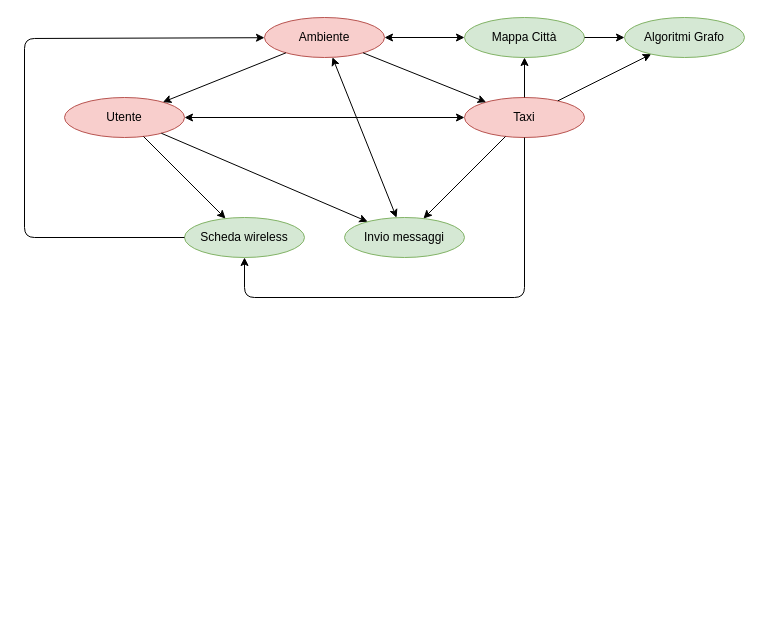
kraots94/Sistemi keeps this draw.io diagram as relazione/schema_moduli_livello_0.drawio. Above is the earlier version. Source tidied: cells renumbered, new cells numbered last; positions are measured from the earlier drawing's top-left corner, leaving out a move shared by most shapes. Both pictures are drawn from the tidied source at 100%, with x=0, y=0 at pixel (24, 17).
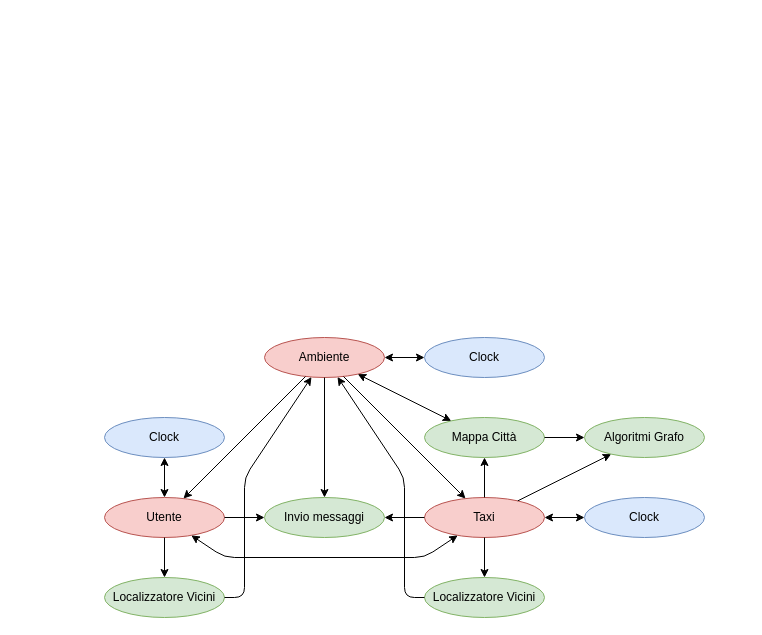
The same diagram, later.

Commit message (it also covers changes not shown here):
Relazione | Arc.fisica - moduli

What changed in the source:
```diff
@@
     <mxCell id="2" value="Invio messaggi" style="ellipse;whiteSpace=wrap;html=1;fillColor=#d5e8d4;strokeColor=#82b366;" parent="1" vertex="1">
-      <mxGeometry x="320" y="200" width="120" height="40" as="geometry" />
+      <mxGeometry x="240" y="480" width="120" height="40" as="geometry" />
     </mxCell>
-    <mxCell id="3" value="Scheda wireless" style="ellipse;whiteSpace=wrap;html=1;fillColor=#d5e8d4;strokeColor=#82b366;" parent="1" vertex="1">
-      <mxGeometry x="160" y="200" width="120" height="40" as="geometry" />
-    </mxCell>
+    <mxCell id="22" value="Localizzatore Vicini" style="ellipse;whiteSpace=wrap;html=1;fillColor=#d5e8d4;strokeColor=#82b366;" parent="1" vertex="1">
+      <mxGeometry x="80" y="560" width="120" height="40" as="geometry" />
+    </mxCell>
     <mxCell id="4" value="Taxi" style="ellipse;whiteSpace=wrap;html=1;fillColor=#f8cecc;strokeColor=#b85450;" parent="1" vertex="1">
-      <mxGeometry x="440" y="80" width="120" height="40" as="geometry" />
+      <mxGeometry x="400" y="480" width="120" height="40" as="geometry" />
     </mxCell>
     <mxCell id="5" value="Utente" style="ellipse;whiteSpace=wrap;html=1;fillColor=#f8cecc;strokeColor=#b85450;" parent="1" vertex="1">
-      <mxGeometry x="40" y="80" width="120" height="40" as="geometry" />
+      <mxGeometry x="80" y="480" width="120" height="40" as="geometry" />
     </mxCell>
     <mxCell id="6" value="Ambiente" style="ellipse;whiteSpace=wrap;html=1;fillColor=#f8cecc;strokeColor=#b85450;" parent="1" vertex="1">
-      <mxGeometry x="240" width="120" height="40" as="geometry" />
+      <mxGeometry x="240" y="320" width="120" height="40" as="geometry" />
     </mxCell>
     <mxCell id="7" value="Mappa Città" style="ellipse;whiteSpace=wrap;html=1;fillColor=#d5e8d4;strokeColor=#82b366;" parent="1" vertex="1">
-      <mxGeometry x="440" width="120" height="40" as="geometry" />
+      <mxGeometry x="400" y="400" width="120" height="40" as="geometry" />
     </mxCell>
@@
-    <mxCell id="9" style="endArrow=classic;html=1;" parent="1" edge="1" source="5" target="3">
-      <mxGeometry relative="1" as="geometry" />
-    </mxCell>
-    <mxCell id="10" style="endArrow=classic;html=1;" parent="1" edge="1" source="4" target="3">
-      <mxGeometry relative="1" as="geometry">
-        <Array as="points">
-          <mxPoint x="500" y="280" />
-          <mxPoint x="220" y="280" />
-        </Array>
-      </mxGeometry>
-    </mxCell>
+    <mxCell id="23" style="endArrow=classic;html=1;" parent="1" edge="1" source="5" target="22">
+      <mxGeometry relative="1" as="geometry" />
+    </mxCell>
@@
-    <mxCell id="15" style="endArrow=classic;html=1;" parent="1" edge="1" source="3" target="6">
-      <mxGeometry relative="1" as="geometry">
-        <Array as="points">
-          <mxPoint y="220" />
-          <mxPoint y="21" />
-        </Array>
-      </mxGeometry>
-    </mxCell>
     <mxCell id="16" value="Algoritmi Grafo" style="ellipse;whiteSpace=wrap;html=1;fillColor=#d5e8d4;strokeColor=#82b366;" parent="1" vertex="1">
-      <mxGeometry x="600" width="120" height="40" as="geometry" />
+      <mxGeometry x="560" y="400" width="120" height="40" as="geometry" />
     </mxCell>
@@
-    <mxCell id="18" style="endArrow=classic;html=1;strokeColor=#000000;" parent="1" edge="1" source="7" target="16">
-      <mxGeometry relative="1" as="geometry" />
-    </mxCell>
-    <mxCell id="19" style="endArrow=classic;startArrow=classic;html=1;" parent="1" edge="1" source="2" target="6">
-      <mxGeometry relative="1" as="geometry" />
-    </mxCell>
@@
     <mxCell id="21" style="endArrow=classic;startArrow=classic;html=1;" parent="1" edge="1" source="5" target="4">
-      <mxGeometry relative="1" as="geometry" />
+      <mxGeometry relative="1" as="geometry">
+        <Array as="points">
+          <mxPoint x="200" y="540" />
+          <mxPoint x="400" y="540" />
+        </Array>
+      </mxGeometry>
     </mxCell>
+    <mxCell id="24" value="Clock" style="ellipse;whiteSpace=wrap;html=1;fillColor=#dae8fc;strokeColor=#6c8ebf;" parent="1" vertex="1">
+      <mxGeometry x="560" y="480" width="120" height="40" as="geometry" />
+    </mxCell>
+    <mxCell id="25" style="endArrow=classic;startArrow=classic;html=1;" parent="1" edge="1" source="24" target="4">
+      <mxGeometry relative="1" as="geometry" />
+    </mxCell>
+    <mxCell id="26" value="Clock" style="ellipse;whiteSpace=wrap;html=1;fillColor=#dae8fc;strokeColor=#6c8ebf;" parent="1" vertex="1">
+      <mxGeometry x="400" y="320" width="120" height="40" as="geometry" />
+    </mxCell>
+    <mxCell id="27" style="endArrow=classic;startArrow=classic;html=1;" parent="1" edge="1" source="6" target="26">
+      <mxGeometry relative="1" as="geometry" />
+    </mxCell>
+    <mxCell id="28" value="Clock" style="ellipse;whiteSpace=wrap;html=1;fillColor=#dae8fc;strokeColor=#6c8ebf;" parent="1" vertex="1">
+      <mxGeometry x="80" y="400" width="120" height="40" as="geometry" />
+    </mxCell>
+    <mxCell id="29" style="endArrow=classic;startArrow=classic;html=1;" parent="1" edge="1" source="28" target="5">
+      <mxGeometry relative="1" as="geometry" />
+    </mxCell>
+    <mxCell id="30" value="Localizzatore Vicini" style="ellipse;whiteSpace=wrap;html=1;fillColor=#d5e8d4;strokeColor=#82b366;" parent="1" vertex="1">
+      <mxGeometry x="400" y="560" width="120" height="40" as="geometry" />
+    </mxCell>
+    <mxCell id="31" style="endArrow=classic;html=1;" parent="1" edge="1" source="4" target="30">
+      <mxGeometry relative="1" as="geometry" />
+    </mxCell>
+    <mxCell id="32" style="endArrow=classic;html=1;" parent="1" edge="1" source="22" target="6">
+      <mxGeometry relative="1" as="geometry">
+        <Array as="points">
+          <mxPoint x="220" y="580" />
+          <mxPoint x="220" y="460" />
+        </Array>
+      </mxGeometry>
+    </mxCell>
+    <mxCell id="33" style="endArrow=classic;html=1;" parent="1" edge="1" source="30" target="6">
+      <mxGeometry relative="1" as="geometry">
+        <Array as="points">
+          <mxPoint x="380" y="580" />
+          <mxPoint x="380" y="460" />
+        </Array>
+      </mxGeometry>
+    </mxCell>
+    <mxCell id="34" style="endArrow=classic;html=1;" parent="1" edge="1" source="6" target="2">
+      <mxGeometry relative="1" as="geometry" />
+    </mxCell>
+    <mxCell id="18" style="endArrow=classic;html=1;" parent="1" edge="1" source="7" target="16">
+      <mxGeometry relative="1" as="geometry" />
+    </mxCell>
```
